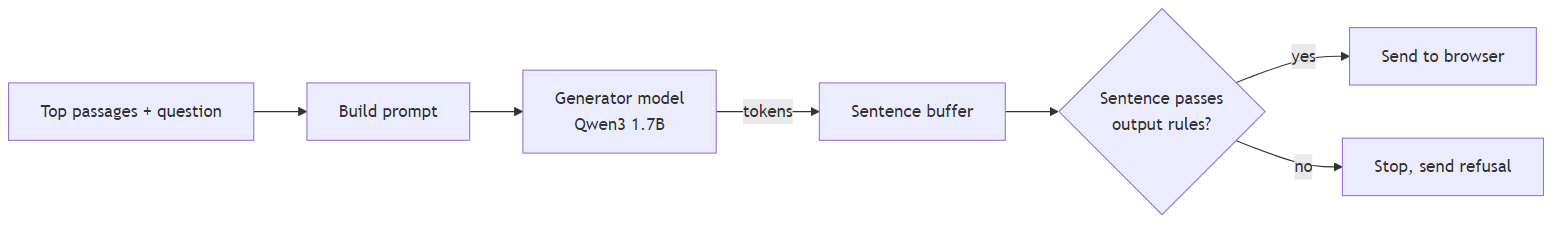
This is docs/learn/images/sd-05-sentence-checked-answer.png from markbarbuto/vitae-ai, a Mermaid export, as it was before one commit. Its source is kept beside it as docs/learn/diagrams/sd-05-sentence-checked-answer.mmd.
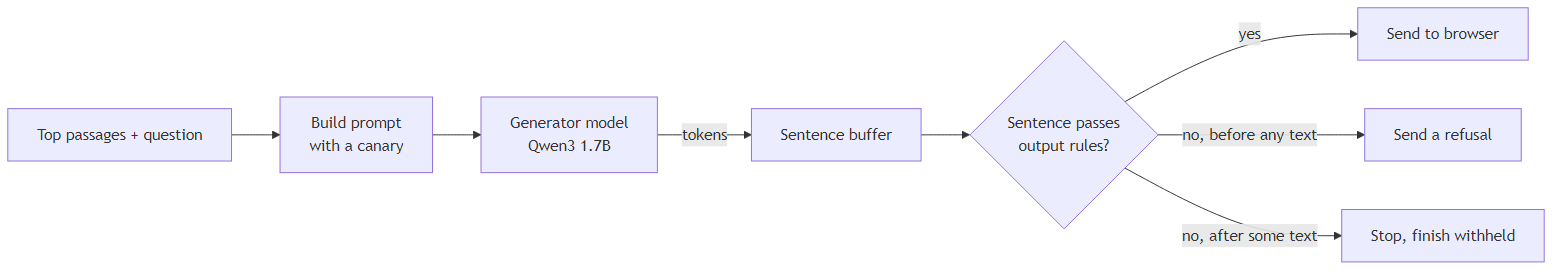
After the commit.

Change to the diagram source:
```diff
@@ -1,7 +1,8 @@
 flowchart LR
-  Top["Top passages + question"] --> Prompt["Build prompt"]
+  Top["Top passages + question"] --> Prompt["Build prompt<br/>with a canary"]
   Prompt --> Gen["Generator model<br/>Qwen3 1.7B"]
   Gen -->|"tokens"| Buffer["Sentence buffer"]
   Buffer --> Check{"Sentence passes<br/>output rules?"}
   Check -->|"yes"| Out["Send to browser"]
-  Check -->|"no"| Stop["Stop, send refusal"]
+  Check -->|"no, before any text"| Refuse["Send a refusal"]
+  Check -->|"no, after some text"| Stop["Stop, finish withheld"]
```
